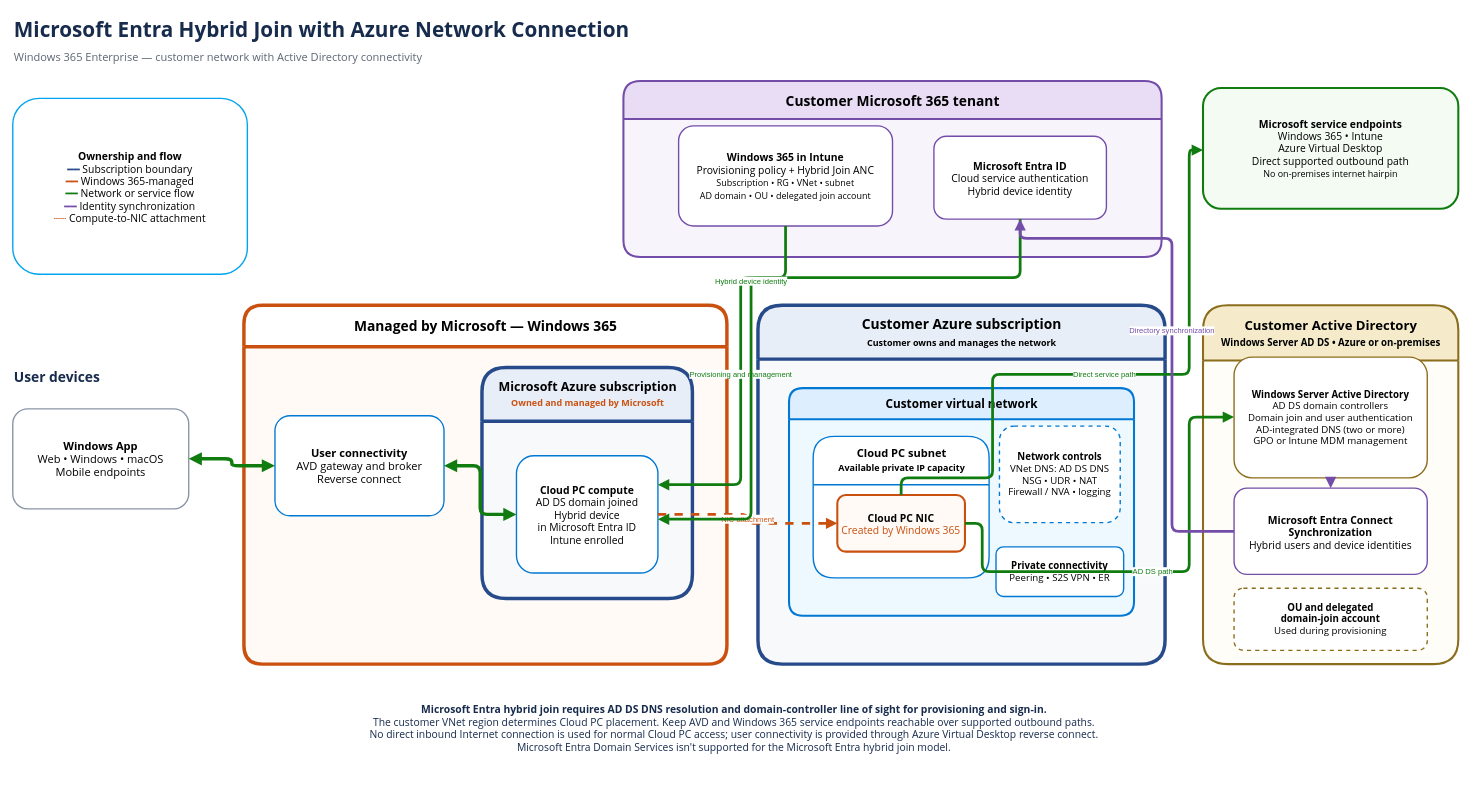
Before: architecture/diagrams/source/04-hybrid-join-azure-network-connection.drawio in AddySidd27/Windows365-enterprise-engineering, a draw.io diagram. Source tidied: cells renumbered, new cells numbered last; positions are measured from the earlier drawing's top-left corner, leaving out a move shared by most shapes. Both pictures are drawn from the tidied source at 69%, with x=0, y=0 at pixel (12, 12).
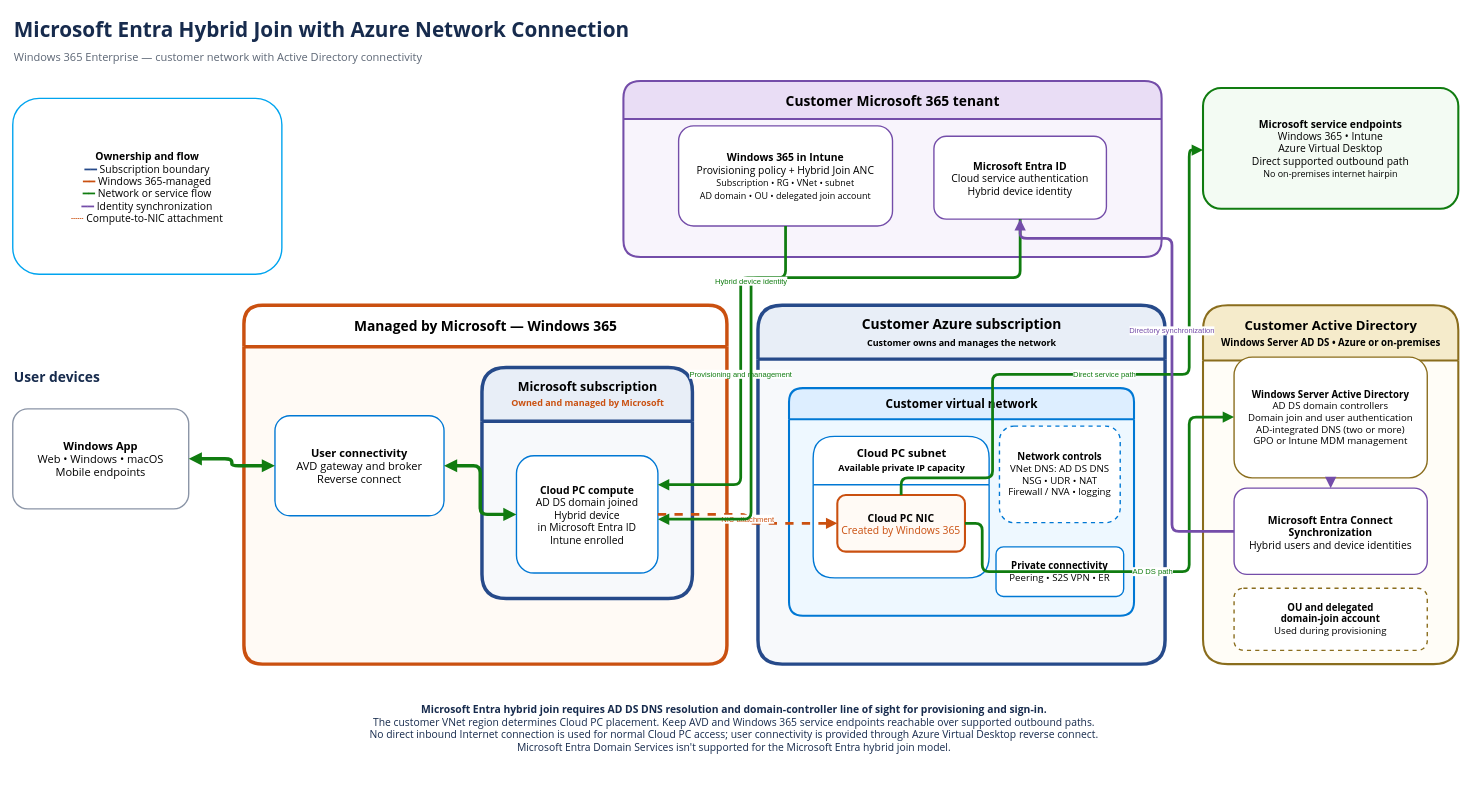
The same page after the edit.

Commit message:
Improve hybrid network diagram legibility

The edit, as a diff of the source:
```diff
@@
     <mxCell id="4" value="&lt;b&gt;Ownership and flow&lt;/b&gt;&lt;br&gt;&lt;font color='#264A8A'&gt;━━&lt;/font&gt; Subscription boundary&lt;br&gt;&lt;font color='#CA5010'&gt;━━&lt;/font&gt; Windows 365-managed&lt;br&gt;&lt;font color='#107C10'&gt;━━&lt;/font&gt; Network or service flow&lt;br&gt;&lt;font color='#744DA9'&gt;━━&lt;/font&gt; Identity synchronization&lt;br&gt;&lt;font color='#CA5010'&gt;┄┄&lt;/font&gt; Compute-to-NIC attachment" style="rounded=1;whiteSpace=wrap;html=1;fontFamily=Segoe UI;fontSize=15;fillColor=#FFFFFF;strokeColor=#00A4EF;strokeWidth=2;spacing=12;" parent="1" vertex="1">
-      <mxGeometry y="125" width="340" height="255" as="geometry" />
+      <mxGeometry y="125" width="390" height="255" as="geometry" />
     </mxCell>
@@
-    <mxCell id="13" value="Microsoft Azure subscription&lt;br&gt;&lt;font style='font-size:13px' color='#CA5010'&gt;Owned and managed by Microsoft&lt;/font&gt;" style="swimlane;html=1;startSize=78;rounded=1;fontFamily=Segoe UI;fontSize=18;fontStyle=1;fillColor=#E8EEF7;swimlaneFillColor=#F7F9FB;strokeColor=#264A8A;strokeWidth=5;" parent="1" vertex="1">
+    <mxCell id="13" value="Microsoft subscription&lt;br&gt;&lt;font style='font-size:13px' color='#CA5010'&gt;Owned and managed by Microsoft&lt;/font&gt;" style="swimlane;html=1;startSize=78;rounded=1;fontFamily=Segoe UI;fontSize=18;fontStyle=1;fillColor=#E8EEF7;swimlaneFillColor=#F7F9FB;strokeColor=#264A8A;strokeWidth=5;" parent="1" vertex="1">
       <mxGeometry x="680" y="515" width="305" height="335" as="geometry" />
     </mxCell>
```
